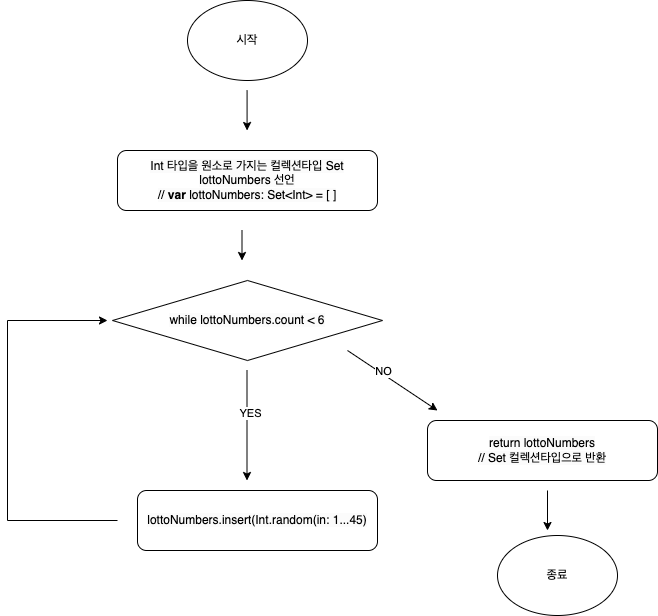
Above: Flow charts/Week2_Step1.png in yagom-academy/swift-starter-Round2 (draw.io), before the change. Source tidied: cells renumbered, new cells last; positions are measured from the earlier drawing's top-left corner, leaving out a move shared by most shapes.
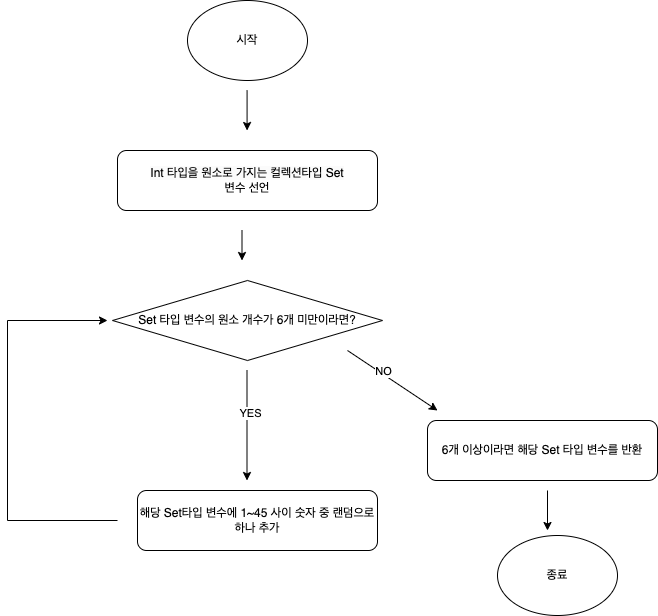
The same file after the commit.

Commit message:
♻️ refactor: 순서도 수정

코드형식이 아닌 실제 문장을 바탕으로 수정

Change to the diagram source:
```diff
@@ -20,10 +20,10 @@
     <mxCell id="5" value="종료" style="ellipse;whiteSpace=wrap;html=1;" parent="1" vertex="1">
       <mxGeometry x="490" y="535" width="120" height="80" as="geometry" />
     </mxCell>
-    <mxCell id="6" value="&lt;meta charset=&quot;utf-8&quot;&gt;&lt;span style=&quot;color: rgb(0, 0, 0); font-family: Helvetica; font-size: 12px; font-style: normal; font-variant-ligatures: normal; font-variant-caps: normal; font-weight: 400; letter-spacing: normal; orphans: 2; text-align: center; text-indent: 0px; text-transform: none; widows: 2; word-spacing: 0px; -webkit-text-stroke-width: 0px; background-color: rgb(251, 251, 251); text-decoration-thickness: initial; text-decoration-style: initial; text-decoration-color: initial; float: none; display: inline !important;&quot;&gt;Int 타입을 원소로 가지는 컬렉션타입 Set&lt;/span&gt;&lt;br style=&quot;border-color: var(--border-color); color: rgb(0, 0, 0); font-family: Helvetica; font-size: 12px; font-style: normal; font-variant-ligatures: normal; font-variant-caps: normal; font-weight: 400; letter-spacing: normal; orphans: 2; text-align: center; text-indent: 0px; text-transform: none; widows: 2; word-spacing: 0px; -webkit-text-stroke-width: 0px; background-color: rgb(251, 251, 251); text-decoration-thickness: initial; text-decoration-style: initial; text-decoration-color: initial;&quot;&gt;&lt;span style=&quot;color: rgb(0, 0, 0); font-family: Helvetica; font-size: 12px; font-style: normal; font-variant-ligatures: normal; font-variant-caps: normal; font-weight: 400; letter-spacing: normal; orphans: 2; text-align: center; text-indent: 0px; text-transform: none; widows: 2; word-spacing: 0px; -webkit-text-stroke-width: 0px; background-color: rgb(251, 251, 251); text-decoration-thickness: initial; text-decoration-style: initial; text-decoration-color: initial; float: none; display: inline !important;&quot;&gt;lottoNumbers 선언&lt;/span&gt;&lt;br style=&quot;border-color: var(--border-color); color: rgb(0, 0, 0); font-family: Helvetica; font-size: 12px; font-style: normal; font-variant-ligatures: normal; font-variant-caps: normal; font-weight: 400; letter-spacing: normal; orphans: 2; text-align: center; text-indent: 0px; text-transform: none; widows: 2; word-spacing: 0px; -webkit-text-stroke-width: 0px; background-color: rgb(251, 251, 251); text-decoration-thickness: initial; text-decoration-style: initial; text-decoration-color: initial;&quot;&gt;&lt;span style=&quot;color: rgb(0, 0, 0); font-family: Helvetica; font-size: 12px; font-style: normal; font-variant-ligatures: normal; font-variant-caps: normal; font-weight: 400; letter-spacing: normal; orphans: 2; text-align: center; text-indent: 0px; text-transform: none; widows: 2; word-spacing: 0px; -webkit-text-stroke-width: 0px; background-color: rgb(251, 251, 251); text-decoration-thickness: initial; text-decoration-style: initial; text-decoration-color: initial; float: none; display: inline !important;&quot;&gt;//&amp;nbsp;&lt;/span&gt;&lt;b style=&quot;border-color: var(--border-color); color: rgb(0, 0, 0); font-family: Helvetica; font-size: 12px; font-style: normal; font-variant-ligatures: normal; font-variant-caps: normal; letter-spacing: normal; orphans: 2; text-align: center; text-indent: 0px; text-transform: none; widows: 2; word-spacing: 0px; -webkit-text-stroke-width: 0px; background-color: rgb(251, 251, 251); text-decoration-thickness: initial; text-decoration-style: initial; text-decoration-color: initial;&quot;&gt;var&amp;nbsp;&lt;/b&gt;&lt;span style=&quot;color: rgb(0, 0, 0); font-family: Helvetica; font-size: 12px; font-style: normal; font-variant-ligatures: normal; font-variant-caps: normal; font-weight: 400; letter-spacing: normal; orphans: 2; text-align: center; text-indent: 0px; text-transform: none; widows: 2; word-spacing: 0px; -webkit-text-stroke-width: 0px; background-color: rgb(251, 251, 251); text-decoration-thickness: initial; text-decoration-style: initial; text-decoration-color: initial; float: none; display: inline !important;&quot;&gt;lottoNumbers: Set&amp;lt;Int&amp;gt; = [ ]&lt;/span&gt;" style="rounded=1;whiteSpace=wrap;html=1;" parent="1" vertex="1">
+    <mxCell id="6" value="&lt;span style=&quot;color: rgb(0, 0, 0); font-family: Helvetica; font-size: 12px; font-style: normal; font-variant-ligatures: normal; font-variant-caps: normal; font-weight: 400; letter-spacing: normal; orphans: 2; text-align: center; text-indent: 0px; text-transform: none; widows: 2; word-spacing: 0px; -webkit-text-stroke-width: 0px; background-color: rgb(251, 251, 251); text-decoration-thickness: initial; text-decoration-style: initial; text-decoration-color: initial; float: none; display: inline !important;&quot;&gt;Int 타입을 원소로 가지는 컬렉션타입 Set&lt;/span&gt;&lt;br style=&quot;border-color: var(--border-color); color: rgb(0, 0, 0); font-family: Helvetica; font-size: 12px; font-style: normal; font-variant-ligatures: normal; font-variant-caps: normal; font-weight: 400; letter-spacing: normal; orphans: 2; text-align: center; text-indent: 0px; text-transform: none; widows: 2; word-spacing: 0px; -webkit-text-stroke-width: 0px; background-color: rgb(251, 251, 251); text-decoration-thickness: initial; text-decoration-style: initial; text-decoration-color: initial;&quot;&gt;변수 선언" style="rounded=1;whiteSpace=wrap;html=1;" parent="1" vertex="1">
       <mxGeometry x="110" y="150" width="260" height="60" as="geometry" />
     </mxCell>
-    <mxCell id="7" value="&lt;meta charset=&quot;utf-8&quot;&gt;&lt;span style=&quot;color: rgb(0, 0, 0); font-family: Helvetica; font-size: 12px; font-style: normal; font-variant-ligatures: normal; font-variant-caps: normal; font-weight: 400; letter-spacing: normal; orphans: 2; text-align: center; text-indent: 0px; text-transform: none; widows: 2; word-spacing: 0px; -webkit-text-stroke-width: 0px; background-color: rgb(251, 251, 251); text-decoration-thickness: initial; text-decoration-style: initial; text-decoration-color: initial; float: none; display: inline !important;&quot;&gt;while lottoNumbers.count &amp;lt; 6&lt;/span&gt;" style="rhombus;whiteSpace=wrap;html=1;" parent="1" vertex="1">
+    <mxCell id="7" value="&lt;span style=&quot;color: rgb(0, 0, 0); font-family: Helvetica; font-size: 12px; font-style: normal; font-variant-ligatures: normal; font-variant-caps: normal; font-weight: 400; letter-spacing: normal; orphans: 2; text-align: center; text-indent: 0px; text-transform: none; widows: 2; word-spacing: 0px; -webkit-text-stroke-width: 0px; background-color: rgb(251, 251, 251); text-decoration-thickness: initial; text-decoration-style: initial; text-decoration-color: initial; float: none; display: inline !important;&quot;&gt;&lt;/span&gt;Set 타입 변수의 원소 개수가 6개 미만이라면?" style="rhombus;whiteSpace=wrap;html=1;" parent="1" vertex="1">
       <mxGeometry x="105" y="280" width="270" height="80" as="geometry" />
     </mxCell>
     <mxCell id="8" style="endArrow=classic;html=1;rounded=0;" parent="1" edge="1">
@@ -50,10 +50,10 @@
     <mxCell id="12" value="NO" style="edgeLabel;html=1;align=center;verticalAlign=middle;" parent="11" vertex="1">
       <mxGeometry x="-0.24" y="3" relative="1" as="geometry" />
     </mxCell>
-    <mxCell id="13" value="&lt;meta charset=&quot;utf-8&quot;&gt;&lt;br style=&quot;border-color: var(--border-color); color: rgb(0, 0, 0); font-family: Helvetica; font-size: 12px; font-style: normal; font-variant-ligatures: normal; font-variant-caps: normal; font-weight: 400; letter-spacing: normal; orphans: 2; text-align: center; text-indent: 0px; text-transform: none; widows: 2; word-spacing: 0px; -webkit-text-stroke-width: 0px; background-color: rgb(251, 251, 251); text-decoration-thickness: initial; text-decoration-style: initial; text-decoration-color: initial;&quot;&gt;&lt;span style=&quot;color: rgb(0, 0, 0); font-family: Helvetica; font-size: 12px; font-style: normal; font-variant-ligatures: normal; font-variant-caps: normal; font-weight: 400; letter-spacing: normal; orphans: 2; text-align: center; text-indent: 0px; text-transform: none; widows: 2; word-spacing: 0px; -webkit-text-stroke-width: 0px; background-color: rgb(251, 251, 251); text-decoration-thickness: initial; text-decoration-style: initial; text-decoration-color: initial; float: none; display: inline !important;&quot;&gt;lottoNumbers.&lt;/span&gt;&lt;span style=&quot;border-color: var(--border-color); color: rgb(0, 0, 0); font-family: Helvetica; font-size: 12px; font-style: normal; font-variant-ligatures: normal; font-variant-caps: normal; font-weight: 400; letter-spacing: normal; orphans: 2; text-align: center; text-indent: 0px; text-transform: none; widows: 2; word-spacing: 0px; -webkit-text-stroke-width: 0px; background-color: rgb(251, 251, 251); text-decoration-thickness: initial; text-decoration-style: initial; text-decoration-color: initial;&quot; class=&quot;s1&quot;&gt;insert&lt;/span&gt;&lt;span style=&quot;color: rgb(0, 0, 0); font-family: Helvetica; font-size: 12px; font-style: normal; font-variant-ligatures: normal; font-variant-caps: normal; font-weight: 400; letter-spacing: normal; orphans: 2; text-align: center; text-indent: 0px; text-transform: none; widows: 2; word-spacing: 0px; -webkit-text-stroke-width: 0px; background-color: rgb(251, 251, 251); text-decoration-thickness: initial; text-decoration-style: initial; text-decoration-color: initial; float: none; display: inline !important;&quot;&gt;(&lt;/span&gt;&lt;span style=&quot;border-color: var(--border-color); color: rgb(0, 0, 0); font-family: Helvetica; font-size: 12px; font-style: normal; font-variant-ligatures: normal; font-variant-caps: normal; font-weight: 400; letter-spacing: normal; orphans: 2; text-align: center; text-indent: 0px; text-transform: none; widows: 2; word-spacing: 0px; -webkit-text-stroke-width: 0px; background-color: rgb(251, 251, 251); text-decoration-thickness: initial; text-decoration-style: initial; text-decoration-color: initial;&quot; class=&quot;s1&quot;&gt;Int&lt;/span&gt;&lt;span style=&quot;color: rgb(0, 0, 0); font-family: Helvetica; font-size: 12px; font-style: normal; font-variant-ligatures: normal; font-variant-caps: normal; font-weight: 400; letter-spacing: normal; orphans: 2; text-align: center; text-indent: 0px; text-transform: none; widows: 2; word-spacing: 0px; -webkit-text-stroke-width: 0px; background-color: rgb(251, 251, 251); text-decoration-thickness: initial; text-decoration-style: initial; text-decoration-color: initial; float: none; display: inline !important;&quot;&gt;.&lt;/span&gt;&lt;span style=&quot;border-color: var(--border-color); color: rgb(0, 0, 0); font-family: Helvetica; font-size: 12px; font-style: normal; font-variant-ligatures: normal; font-variant-caps: normal; font-weight: 400; letter-spacing: normal; orphans: 2; text-align: center; text-indent: 0px; text-transform: none; widows: 2; word-spacing: 0px; -webkit-text-stroke-width: 0px; background-color: rgb(251, 251, 251); text-decoration-thickness: initial; text-decoration-style: initial; text-decoration-color: initial;&quot; class=&quot;s1&quot;&gt;random&lt;/span&gt;&lt;span style=&quot;color: rgb(0, 0, 0); font-family: Helvetica; font-size: 12px; font-style: normal; font-variant-ligatures: normal; font-variant-caps: normal; font-weight: 400; letter-spacing: normal; orphans: 2; text-align: center; text-indent: 0px; text-transform: none; widows: 2; word-spacing: 0px; -webkit-text-stroke-width: 0px; background-color: rgb(251, 251, 251); text-decoration-thickness: initial; text-decoration-style: initial; text-decoration-color: initial; float: none; display: inline !important;&quot;&gt;(&lt;/span&gt;&lt;span style=&quot;border-color: var(--border-color); color: rgb(0, 0, 0); font-family: Helvetica; font-size: 12px; font-style: normal; font-variant-ligatures: normal; font-variant-caps: normal; font-weight: 400; letter-spacing: normal; orphans: 2; text-align: center; text-indent: 0px; text-transform: none; widows: 2; word-spacing: 0px; -webkit-text-stroke-width: 0px; background-color: rgb(251, 251, 251); text-decoration-thickness: initial; text-decoration-style: initial; text-decoration-color: initial;&quot; class=&quot;s1&quot;&gt;in&lt;/span&gt;&lt;span style=&quot;color: rgb(0, 0, 0); font-family: Helvetica; font-size: 12px; font-style: normal; font-variant-ligatures: normal; font-variant-caps: normal; font-weight: 400; letter-spacing: normal; orphans: 2; text-align: center; text-indent: 0px; text-transform: none; widows: 2; word-spacing: 0px; -webkit-text-stroke-width: 0px; background-color: rgb(251, 251, 251); text-decoration-thickness: initial; text-decoration-style: initial; text-decoration-color: initial; float: none; display: inline !important;&quot;&gt;:&lt;span&gt;&amp;nbsp;&lt;/span&gt;&lt;/span&gt;&lt;span style=&quot;border-color: var(--border-color); color: rgb(0, 0, 0); font-family: Helvetica; font-size: 12px; font-style: normal; font-variant-ligatures: normal; font-variant-caps: normal; font-weight: 400; letter-spacing: normal; orphans: 2; text-align: center; text-indent: 0px; text-transform: none; widows: 2; word-spacing: 0px; -webkit-text-stroke-width: 0px; background-color: rgb(251, 251, 251); text-decoration-thickness: initial; text-decoration-style: initial; text-decoration-color: initial;&quot; class=&quot;s2&quot;&gt;1&lt;/span&gt;&lt;span style=&quot;color: rgb(0, 0, 0); font-family: Helvetica; font-size: 12px; font-style: normal; font-variant-ligatures: normal; font-variant-caps: normal; font-weight: 400; letter-spacing: normal; orphans: 2; text-align: center; text-indent: 0px; text-transform: none; widows: 2; word-spacing: 0px; -webkit-text-stroke-width: 0px; background-color: rgb(251, 251, 251); text-decoration-thickness: initial; text-decoration-style: initial; text-decoration-color: initial; float: none; display: inline !important;&quot;&gt;...&lt;/span&gt;&lt;span style=&quot;border-color: var(--border-color); color: rgb(0, 0, 0); font-family: Helvetica; font-size: 12px; font-style: normal; font-variant-ligatures: normal; font-variant-caps: normal; font-weight: 400; letter-spacing: normal; orphans: 2; text-align: center; text-indent: 0px; text-transform: none; widows: 2; word-spacing: 0px; -webkit-text-stroke-width: 0px; background-color: rgb(251, 251, 251); text-decoration-thickness: initial; text-decoration-style: initial; text-decoration-color: initial;&quot; class=&quot;s2&quot;&gt;45&lt;/span&gt;&lt;span style=&quot;color: rgb(0, 0, 0); font-family: Helvetica; font-size: 12px; font-style: normal; font-variant-ligatures: normal; font-variant-caps: normal; font-weight: 400; letter-spacing: normal; orphans: 2; text-align: center; text-indent: 0px; text-transform: none; widows: 2; word-spacing: 0px; -webkit-text-stroke-width: 0px; background-color: rgb(251, 251, 251); text-decoration-thickness: initial; text-decoration-style: initial; text-decoration-color: initial; float: none; display: inline !important;&quot;&gt;)&lt;/span&gt;&lt;br style=&quot;border-color: var(--border-color); color: rgb(0, 0, 0); font-family: Helvetica; font-size: 12px; font-style: normal; font-variant-ligatures: normal; font-variant-caps: normal; font-weight: 400; letter-spacing: normal; orphans: 2; text-align: center; text-indent: 0px; text-transform: none; widows: 2; word-spacing: 0px; -webkit-text-stroke-width: 0px; background-color: rgb(251, 251, 251); text-decoration-thickness: initial; text-decoration-style: initial; text-decoration-color: initial;&quot;&gt;&lt;br style=&quot;border-color: var(--border-color); color: rgb(0, 0, 0); font-family: Helvetica; font-size: 12px; font-style: normal; font-variant-ligatures: normal; font-variant-caps: normal; font-weight: 400; letter-spacing: normal; orphans: 2; text-align: center; text-indent: 0px; text-transform: none; widows: 2; word-spacing: 0px; -webkit-text-stroke-width: 0px; background-color: rgb(251, 251, 251); text-decoration-thickness: initial; text-decoration-style: initial; text-decoration-color: initial;&quot;&gt;" style="rounded=1;whiteSpace=wrap;html=1;" parent="1" vertex="1">
+    <mxCell id="13" value="해당 Set타입 변수에 1~45 사이 숫자 중 랜덤으로 하나 추가" style="rounded=1;whiteSpace=wrap;html=1;" parent="1" vertex="1">
       <mxGeometry x="130" y="490" width="240" height="60" as="geometry" />
     </mxCell>
-    <mxCell id="14" value="&lt;meta charset=&quot;utf-8&quot;&gt;&lt;span style=&quot;color: rgb(0, 0, 0); font-family: Helvetica; font-size: 12px; font-style: normal; font-variant-ligatures: normal; font-variant-caps: normal; font-weight: 400; letter-spacing: normal; orphans: 2; text-align: center; text-indent: 0px; text-transform: none; widows: 2; word-spacing: 0px; -webkit-text-stroke-width: 0px; background-color: rgb(251, 251, 251); text-decoration-thickness: initial; text-decoration-style: initial; text-decoration-color: initial; float: none; display: inline !important;&quot;&gt;return lottoNumbers&lt;/span&gt;&lt;br style=&quot;border-color: var(--border-color); color: rgb(0, 0, 0); font-family: Helvetica; font-size: 12px; font-style: normal; font-variant-ligatures: normal; font-variant-caps: normal; font-weight: 400; letter-spacing: normal; orphans: 2; text-align: center; text-indent: 0px; text-transform: none; widows: 2; word-spacing: 0px; -webkit-text-stroke-width: 0px; background-color: rgb(251, 251, 251); text-decoration-thickness: initial; text-decoration-style: initial; text-decoration-color: initial;&quot;&gt;&lt;span style=&quot;color: rgb(0, 0, 0); font-family: Helvetica; font-size: 12px; font-style: normal; font-variant-ligatures: normal; font-variant-caps: normal; font-weight: 400; letter-spacing: normal; orphans: 2; text-align: center; text-indent: 0px; text-transform: none; widows: 2; word-spacing: 0px; -webkit-text-stroke-width: 0px; background-color: rgb(251, 251, 251); text-decoration-thickness: initial; text-decoration-style: initial; text-decoration-color: initial; float: none; display: inline !important;&quot;&gt;// Set 컬렉션타입으로 반환&lt;/span&gt;" style="rounded=1;whiteSpace=wrap;html=1;" parent="1" vertex="1">
+    <mxCell id="14" value="6개 이상이라면 해당 Set 타입 변수를 반환" style="rounded=1;whiteSpace=wrap;html=1;" parent="1" vertex="1">
       <mxGeometry x="420" y="420" width="230" height="60" as="geometry" />
     </mxCell>
     <mxCell id="15" style="endArrow=classic;html=1;rounded=0;" parent="1" edge="1">
```
